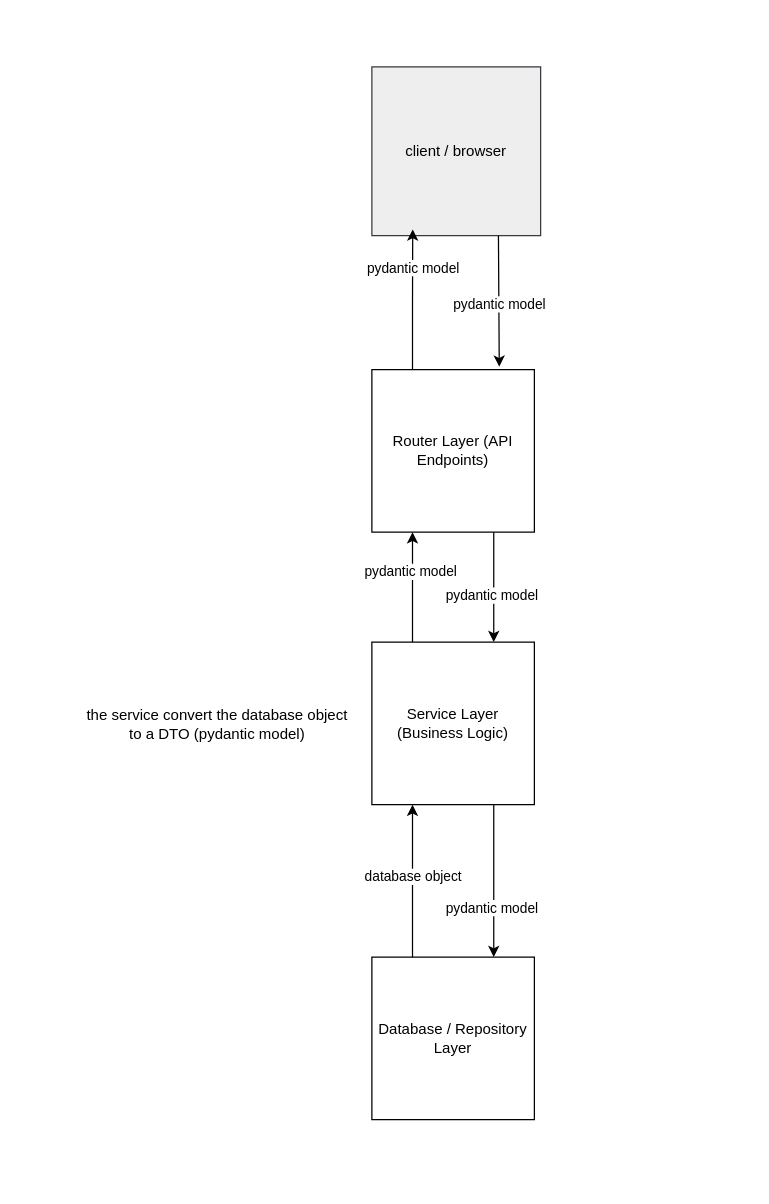
Earlier version of the draw.io diagram docs/architecture.drawio (Yassine-cheffai/full_stack_template). Source tidied: cells renumbered, new cells numbered last; positions are measured from the earlier drawing's top-left corner, leaving out a move shared by most shapes. Both pictures are drawn from the tidied source at 125%, with x=0, y=0 at pixel (74, 66).
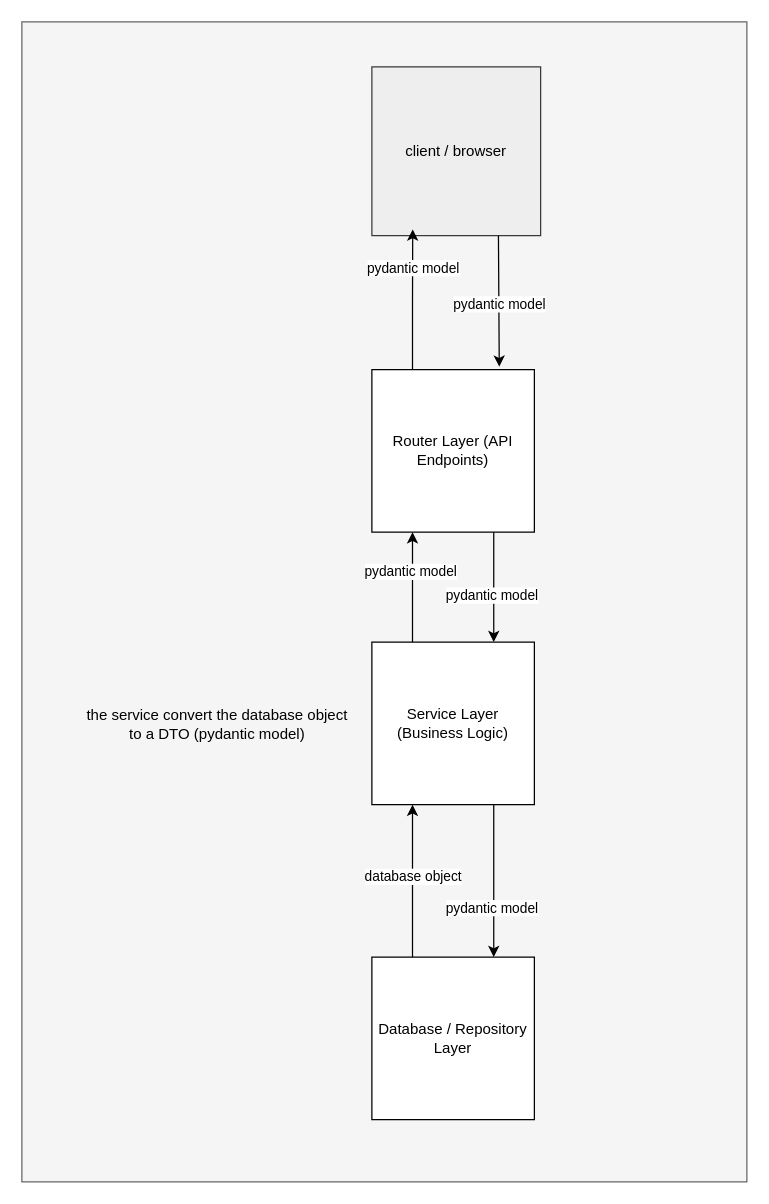
Above is the later version.

Change to the diagram source:
```diff
@@
+    <mxCell id="19" style="rounded=0;whiteSpace=wrap;html=1;fillColor=#f5f5f5;fontColor=#333333;strokeColor=#666666;" parent="1" vertex="1">
+      <mxGeometry x="-42" y="-36" width="580" height="928" as="geometry" />
+    </mxCell>
```
